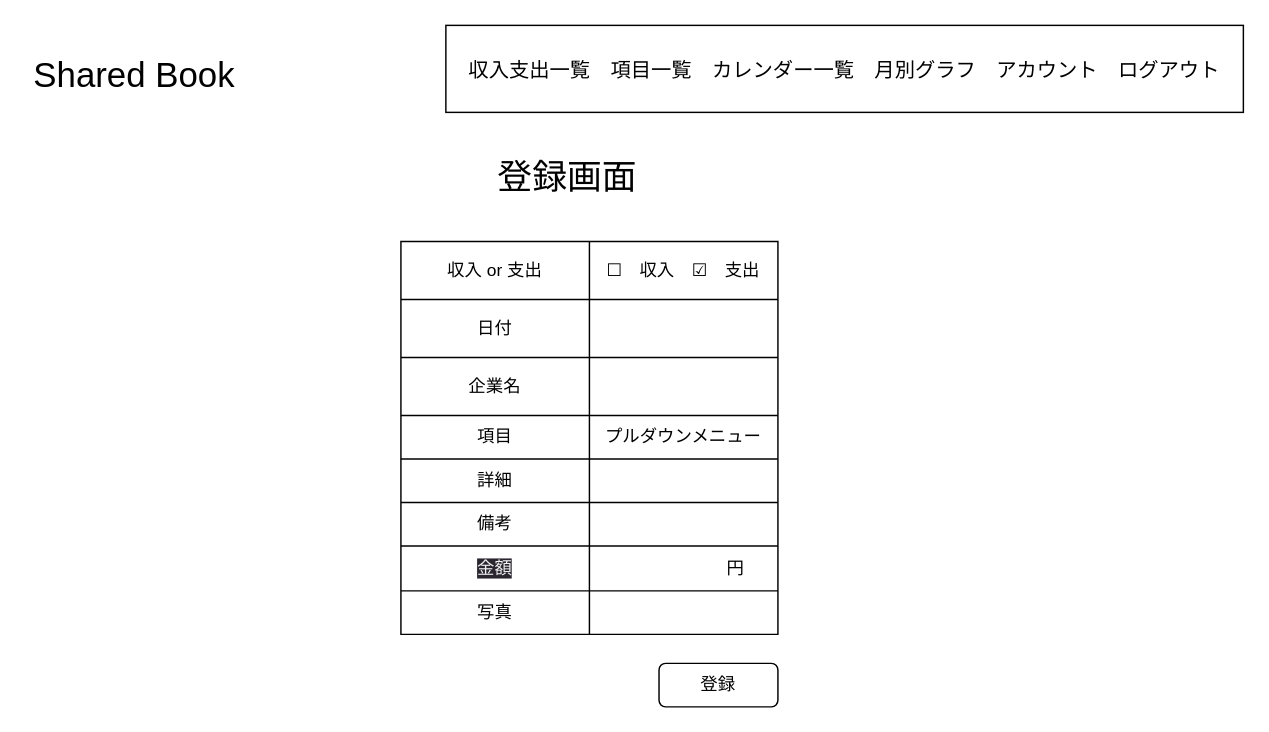
Before: docs/new_income_expense_wireflame.drawio in KeiSuzukiNishi/shared_household_account_book, a draw.io diagram. Source tidied: cells renumbered, new cells numbered last; positions are measured from the earlier drawing's top-left corner, leaving out a move shared by most shapes. Both pictures are drawn from the tidied source at 145%, with x=0, y=0 at pixel (25, 25).
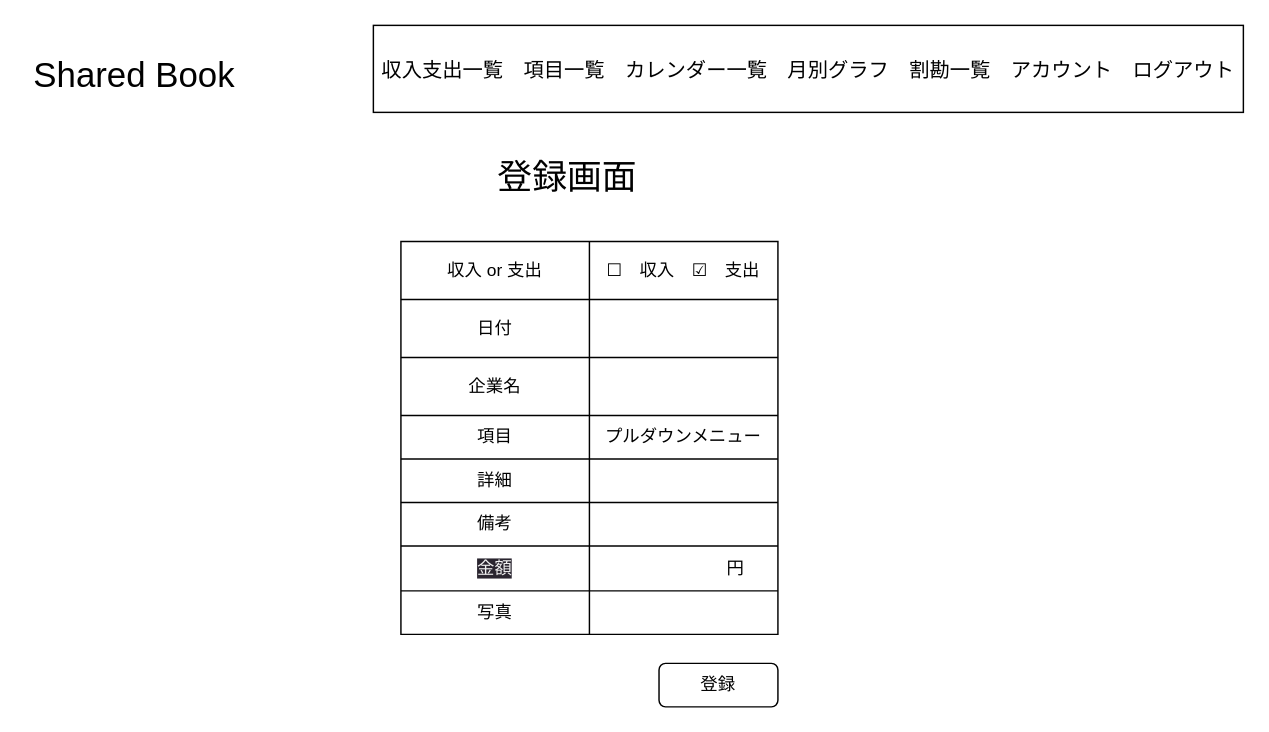
The same diagram, later.

Diff of the diagram source:
```diff
@@
-    <mxCell id="3" value="&lt;font style=&quot;font-size: 14px;&quot;&gt;収入支出一覧　項目一覧　カレンダー一覧　月別グラフ　アカウント　ログアウト&lt;/font&gt;" style="rounded=0;whiteSpace=wrap;html=1;fontSize=18;" parent="1" vertex="1">
-      <mxGeometry x="290" width="550" height="60" as="geometry" />
-    </mxCell>
@@
+    <mxCell id="31" value="&lt;font style=&quot;font-size: 14px;&quot;&gt;収入支出一覧　項目一覧　カレンダー一覧　月別グラフ　割勘一覧　アカウント　ログアウト&lt;/font&gt;" style="rounded=0;whiteSpace=wrap;html=1;fontSize=18;" parent="1" vertex="1">
+      <mxGeometry x="240" width="600" height="60" as="geometry" />
+    </mxCell>
```
